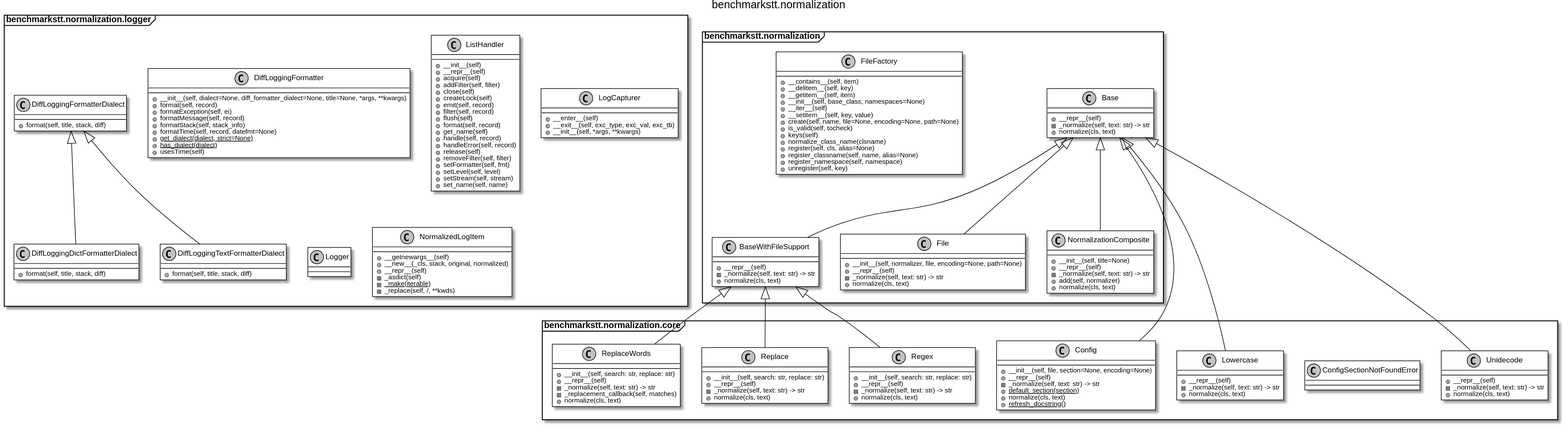
ebu/benchmarkstt keeps this PlantUML diagram as docs/_static/uml/benchmarkstt.normalization.svg. Above is the earlier version.
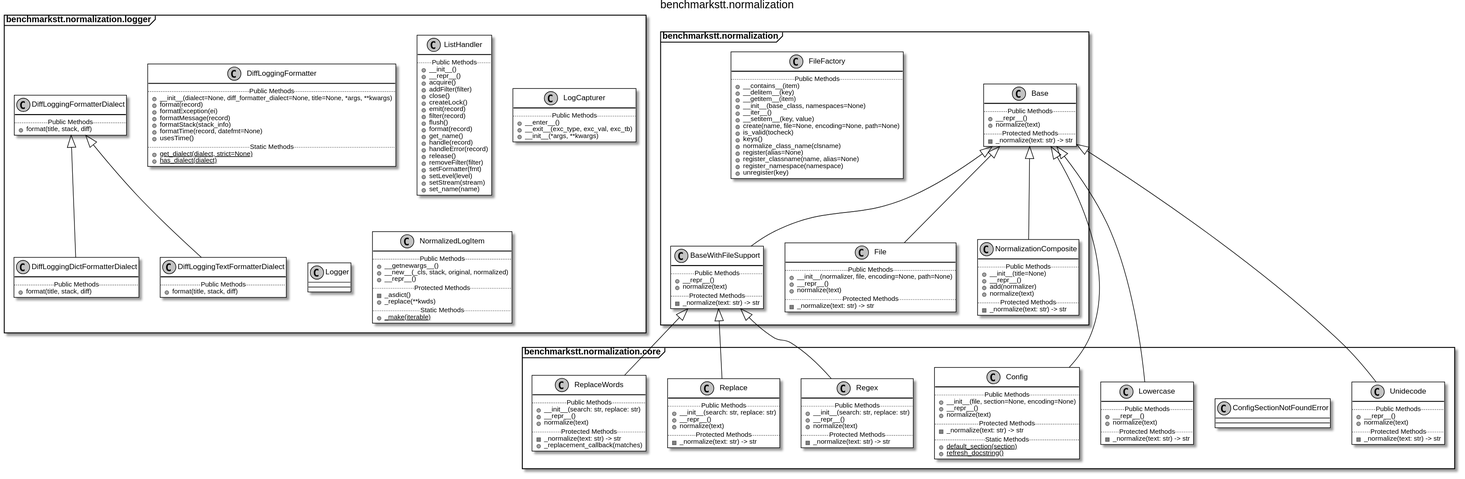
The same diagram one commit later.

What changed in the source:
```diff
@@ -7,52 +7,61 @@
 package benchmarkstt.normalization {
 
 	class benchmarkstt.normalization.Base [[https://benchmarkstt.readthedocs.io/en/latest/modules/benchmarkstt.normalization.html#benchmarkstt.normalization.Base]] {
-		+__repr__(self)
-		-_normalize(self, text: str) -> str
-		+normalize(cls, text)
+		.. Public Methods ..
+		+__repr__()
+		+normalize(text)
+		.. Protected Methods ..
+		-_normalize(text: str) -> str
 	}
 
 
 	class benchmarkstt.normalization.BaseWithFileSupport [[https://benchmarkstt.readthedocs.io/en/latest/modules/benchmarkstt.normalization.html#benchmarkstt.normalization.BaseWithFileSupport]] {
-		+__repr__(self)
-		-_normalize(self, text: str) -> str
-		+normalize(cls, text)
+		.. Public Methods ..
+		+__repr__()
+		+normalize(text)
+		.. Protected Methods ..
+		-_normalize(text: str) -> str
 	}
 
 
 
 	class benchmarkstt.normalization.File [[https://benchmarkstt.readthedocs.io/en/latest/modules/benchmarkstt.normalization.html#benchmarkstt.normalization.File]] {
-		+__init__(self, normalizer, file, encoding=None, path=None)
-		+__repr__(self)
-		-_normalize(self, text: str) -> str
-		+normalize(cls, text)
+		.. Public Methods ..
+		+__init__(normalizer, file, encoding=None, path=None)
+		+__repr__()
+		+normalize(text)
+		.. Protected Methods ..
+		-_normalize(text: str) -> str
 	}
 
 
 	class benchmarkstt.normalization.FileFactory [[https://benchmarkstt.readthedocs.io/en/latest/modules/benchmarkstt.normalization.html#benchmarkstt.normalization.FileFactory]] {
-		+__contains__(self, item)
-		+__delitem__(self, key)
-		+__getitem__(self, item)
-		+__init__(self, base_class, namespaces=None)
-		+__iter__(self)
-		+__setitem__(self, key, value)
-		+create(self, name, file=None, encoding=None, path=None)
-		+is_valid(self, tocheck)
-		+keys(self)
+		.. Public Methods ..
+		+__contains__(item)
+		+__delitem__(key)
+		+__getitem__(item)
+		+__init__(base_class, namespaces=None)
+		+__iter__()
+		+__setitem__(key, value)
+		+create(name, file=None, encoding=None, path=None)
+		+is_valid(tocheck)
+		+keys()
 		+normalize_class_name(clsname)
-		+register(self, cls, alias=None)
-		+register_classname(self, name, alias=None)
-		+register_namespace(self, namespace)
-		+unregister(self, key)
+		+register(alias=None)
+		+register_classname(name, alias=None)
+		+register_namespace(namespace)
+		+unregister(key)
 	}
 
 
 	class benchmarkstt.normalization.NormalizationComposite [[https://benchmarkstt.readthedocs.io/en/latest/modules/benchmarkstt.normalization.html#benchmarkstt.normalization.NormalizationComposite]] {
-		+__init__(self, title=None)
-		+__repr__(self)
-		-_normalize(self, text: str) -> str
-		+add(self, normalizer)
-		+normalize(cls, text)
+		.. Public Methods ..
+		+__init__(title=None)
+		+__repr__()
+		+add(normalizer)
+		+normalize(text)
+		.. Protected Methods ..
+		-_normalize(text: str) -> str
 	}
 
 }
@@ -78,11 +87,14 @@
 package benchmarkstt.normalization.core {
 
 	class benchmarkstt.normalization.core.Config [[https://benchmarkstt.readthedocs.io/en/latest/modules/benchmarkstt.normalization.core.html#benchmarkstt.normalization.core.Config]] {
-		+__init__(self, file, section=None, encoding=None)
-		+__repr__(self)
-		-_normalize(self, text: str) -> str
+		.. Public Methods ..
+		+__init__(file, section=None, encoding=None)
+		+__repr__()
+		+normalize(text)
+		.. Protected Methods ..
+		-_normalize(text: str) -> str
+		.. Static Methods ..
 		{static} +default_section(section)
-		+normalize(cls, text)
 		{static} +refresh_docstring()
 	}
 
@@ -92,41 +104,51 @@
 
 
 	class benchmarkstt.normalization.core.Lowercase [[https://benchmarkstt.readthedocs.io/en/latest/modules/benchmarkstt.normalization.core.html#benchmarkstt.normalization.core.Lowercase]] {
-		+__repr__(self)
-		-_normalize(self, text: str) -> str
-		+normalize(cls, text)
+		.. Public Methods ..
+		+__repr__()
+		+normalize(text)
+		.. Protected Methods ..
+		-_normalize(text: str) -> str
 	}
 
 
 	class benchmarkstt.normalization.core.Regex [[https://benchmarkstt.readthedocs.io/en/latest/modules/benchmarkstt.normalization.core.html#benchmarkstt.normalization.core.Regex]] {
-		+__init__(self, search: str, replace: str)
-		+__repr__(self)
-		-_normalize(self, text: str) -> str
-		+normalize(cls, text)
+		.. Public Methods ..
+		+__init__(search: str, replace: str)
+		+__repr__()
+		+normalize(text)
+		.. Protected Methods ..
+		-_normalize(text: str) -> str
 	}
 
 
 	class benchmarkstt.normalization.core.Replace [[https://benchmarkstt.readthedocs.io/en/latest/modules/benchmarkstt.normalization.core.html#benchmarkstt.normalization.core.Replace]] {
-		+__init__(self, search: str, replace: str)
-		+__repr__(self)
-		-_normalize(self, text: str) -> str
-		+normalize(cls, text)
+		.. Public Methods ..
+		+__init__(search: str, replace: str)
+		+__repr__()
+		+normalize(text)
+		.. Protected Methods ..
+		-_normalize(text: str) -> str
 	}
 
 
 	class benchmarkstt.normalization.core.ReplaceWords [[https://benchmarkstt.readthedocs.io/en/latest/modules/benchmarkstt.normalization.core.html#benchmarkstt.normalization.core.ReplaceWords]] {
-		+__init__(self, search: str, replace: str)
-		+__repr__(self)
-		-_normalize(self, text: str) -> str
-		-_replacement_callback(self, matches)
-		+normalize(cls, text)
+		.. Public Methods ..
+		+__init__(search: str, replace: str)
+		+__repr__()
+		+normalize(text)
+		.. Protected Methods ..
+		-_normalize(text: str) -> str
+		+_replacement_callback(matches)
 	}
 
 
 	class benchmarkstt.normalization.core.Unidecode [[https://benchmarkstt.readthedocs.io/en/latest/modules/benchmarkstt.normalization.core.html#benchmarkstt.normalization.core.Unidecode]] {
-		+__repr__(self)
-		-_normalize(self, text: str) -> str
-		+normalize(cls, text)
+		.. Public Methods ..
+		+__repr__()
+		+normalize(text)
+		.. Protected Methods ..
+		-_normalize(text: str) -> str
 	}
 
 }
@@ -135,60 +157,67 @@
 
 
 	class benchmarkstt.normalization.logger.DiffLoggingDictFormatterDialect [[https://benchmarkstt.readthedocs.io/en/latest/modules/benchmarkstt.normalization.logger.html#benchmarkstt.normalization.logger.DiffLoggingDictFormatterDialect]] {
-		+format(self, title, stack, diff)
+		.. Public Methods ..
+		+format(title, stack, diff)
 	}
 
 
 	class benchmarkstt.normalization.logger.DiffLoggingFormatter [[https://benchmarkstt.readthedocs.io/en/latest/modules/benchmarkstt.normalization.logger.html#benchmarkstt.normalization.logger.DiffLoggingFormatter]] {
-		+__init__(self, dialect=None, diff_formatter_dialect=None, title=None, *args, **kwargs)
-		+format(self, record)
-		+formatException(self, ei)
-		+formatMessage(self, record)
-		+formatStack(self, stack_info)
-		+formatTime(self, record, datefmt=None)
+		.. Public Methods ..
+		+__init__(dialect=None, diff_formatter_dialect=None, title=None, *args, **kwargs)
+		+format(record)
+		+formatException(ei)
+		+formatMessage(record)
+		+formatStack(stack_info)
+		+formatTime(record, datefmt=None)
+		+usesTime()
+		.. Static Methods ..
 		{static} +get_dialect(dialect, strict=None)
 		{static} +has_dialect(dialect)
-		+usesTime(self)
 	}
 
 
 	class benchmarkstt.normalization.logger.DiffLoggingFormatterDialect [[https://benchmarkstt.readthedocs.io/en/latest/modules/benchmarkstt.normalization.logger.html#benchmarkstt.normalization.logger.DiffLoggingFormatterDialect]] {
-		+format(self, title, stack, diff)
+		.. Public Methods ..
+		+format(title, stack, diff)
 	}
 
 
 	class benchmarkstt.normalization.logger.DiffLoggingTextFormatterDialect [[https://benchmarkstt.readthedocs.io/en/latest/modules/benchmarkstt.normalization.logger.html#benchmarkstt.normalization.logger.DiffLoggingTextFormatterDialect]] {
-		+format(self, title, stack, diff)
+		.. Public Methods ..
+		+format(title, stack, diff)
 	}
 
 
 	class benchmarkstt.normalization.logger.ListHandler [[https://benchmarkstt.readthedocs.io/en/latest/modules/benchmarkstt.normalization.logger.html#benchmarkstt.normalization.logger.ListHandler]] {
-		+__init__(self)
-		+__repr__(self)
-		+acquire(self)
-		+addFilter(self, filter)
-		+close(self)
-		+createLock(self)
-		+emit(self, record)
-		+filter(self, record)
-		+flush(self)
-		+format(self, record)
-		+get_name(self)
-		+handle(self, record)
-		+handleError(self, record)
-		+release(self)
-		+removeFilter(self, filter)
-		+setFormatter(self, fmt)
-		+setLevel(self, level)
-		+setStream(self, stream)
-		+set_name(self, name)
+		.. Public Methods ..
+		+__init__()
+		+__repr__()
+		+acquire()
+		+addFilter(filter)
+		+close()
+		+createLock()
+		+emit(record)
+		+filter(record)
+		+flush()
+		+format(record)
+		+get_name()
+		+handle(record)
+		+handleError(record)
+		+release()
+		+removeFilter(filter)
+		+setFormatter(fmt)
+		+setLevel(level)
+		+setStream(stream)
+		+set_name(name)
 	}
 
 
 	class benchmarkstt.normalization.logger.LogCapturer [[https://benchmarkstt.readthedocs.io/en/latest/modules/benchmarkstt.normalization.logger.html#benchmarkstt.normalization.logger.LogCapturer]] {
-		+__enter__(self)
-		+__exit__(self, exc_type, exc_val, exc_tb)
-		+__init__(self, *args, **kwargs)
+		.. Public Methods ..
+		+__enter__()
+		+__exit__(exc_type, exc_val, exc_tb)
+		+__init__(*args, **kwargs)
 	}
 
 
@@ -197,12 +226,15 @@
 
 
 	class benchmarkstt.normalization.logger.NormalizedLogItem [[https://benchmarkstt.readthedocs.io/en/latest/modules/benchmarkstt.normalization.logger.html#benchmarkstt.normalization.logger.NormalizedLogItem]] {
-		+__getnewargs__(self)
+		.. Public Methods ..
+		+__getnewargs__()
 		+__new__(_cls, stack, original, normalized)
-		+__repr__(self)
-		-_asdict(self)
-		{static} -_make(iterable)
-		-_replace(self, /, **kwds)
+		+__repr__()
+		.. Protected Methods ..
+		-_asdict()
+		+_replace(**kwds)
+		.. Static Methods ..
+		{static} +_make(iterable)
 	}
 
 
```
